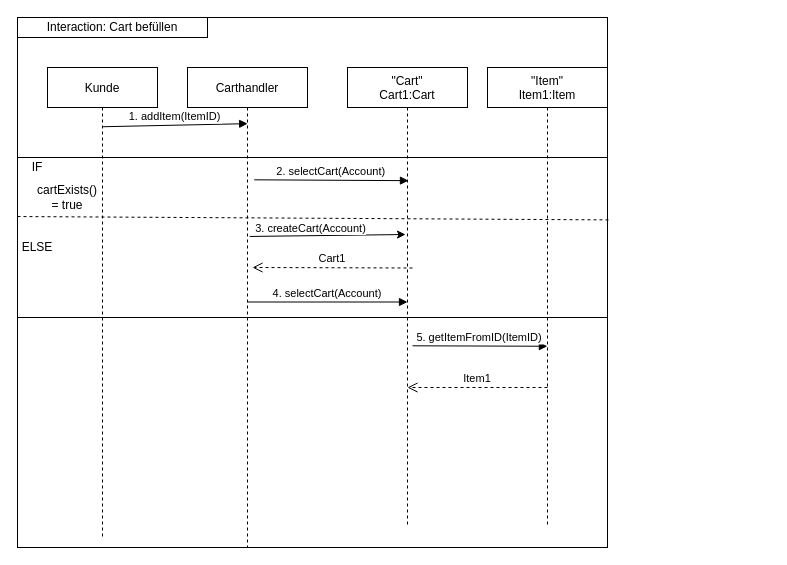
This is ProgramPlanning/Sequenz_Bestellung.drawio from dlanaras/DeeGeeTec, a draw.io file, before an edit. Source tidied: cells renumbered, new cells numbered last; positions are measured from the earlier drawing's top-left corner, leaving out a move shared by most shapes. Both pictures are drawn from the tidied source at 100%, with x=0, y=0 at pixel (17, 17).
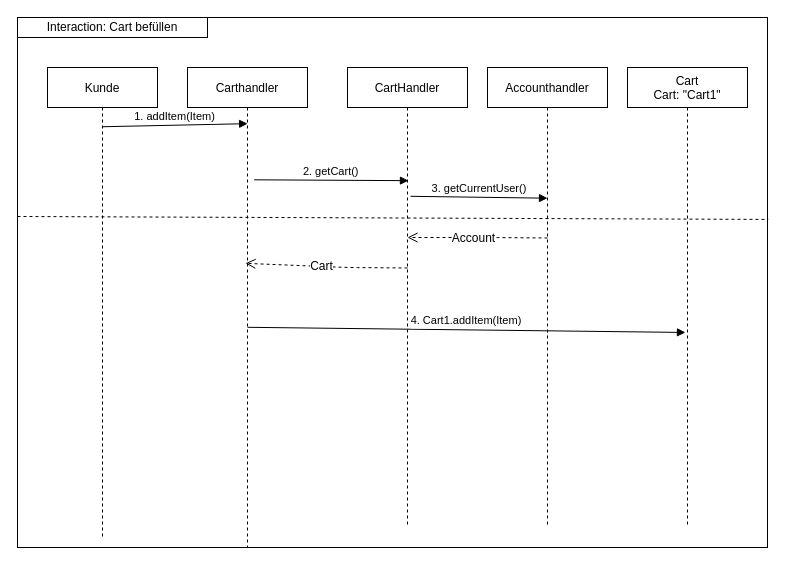
After the change.

Commit message:
Carthandler sequence diagramm

Unchanged cells that the change refers to:
```xml
<mxCell id="6" value="Carthandler" style="shape=umlLifeline;perimeter=lifelinePerimeter;rounded=0;shadow=0;strokeWidth=1;" parent="1" vertex="1">
  <mxGeometry x="170" y="50" width="120" height="480" as="geometry" />
</mxCell>
<mxCell id="7" value="Kunde" style="shape=umlLifeline;perimeter=lifelinePerimeter;rounded=0;shadow=0;strokeWidth=1;" parent="1" vertex="1">
  <mxGeometry x="30" y="50" width="110" height="470" as="geometry" />
</mxCell>
```

Diff of the diagram source:
```diff
@@
     <mxCell id="2" style="rounded=0;whiteSpace=wrap;html=1;" parent="1" vertex="1">
-      <mxGeometry width="590" height="530" as="geometry" />
+      <mxGeometry width="750" height="530" as="geometry" />
     </mxCell>
-    <mxCell id="3" style="rounded=0;whiteSpace=wrap;html=1;" parent="1" vertex="1">
-      <mxGeometry y="140" width="590" height="160" as="geometry" />
-    </mxCell>
@@
-    <mxCell id="5" value="&quot;Cart&quot;&#10;Cart1:Cart" style="shape=umlLifeline;perimeter=lifelinePerimeter;rounded=0;shadow=0;strokeWidth=1;" parent="1" vertex="1">
+    <mxCell id="5" value="CartHandler" style="shape=umlLifeline;perimeter=lifelinePerimeter;rounded=0;shadow=0;strokeWidth=1;" parent="1" vertex="1">
       <mxGeometry x="330" y="50" width="120" height="460" as="geometry" />
     </mxCell>
@@
-    <mxCell id="8" value="&quot;Item&quot;&#10;Item1:Item" style="shape=umlLifeline;perimeter=lifelinePerimeter;rounded=0;shadow=0;strokeWidth=1;" parent="1" vertex="1">
+    <mxCell id="8" value="Accounthandler" style="shape=umlLifeline;perimeter=lifelinePerimeter;rounded=0;shadow=0;strokeWidth=1;" parent="1" vertex="1">
       <mxGeometry x="470" y="50" width="120" height="460" as="geometry" />
     </mxCell>
-    <mxCell id="9" value="1. addItem(ItemID)" style="verticalAlign=bottom;endArrow=block;shadow=0;strokeWidth=1;exitX=0.505;exitY=0.126;exitDx=0;exitDy=0;exitPerimeter=0;entryX=0.501;entryY=0.117;entryDx=0;entryDy=0;entryPerimeter=0;" parent="1" edge="1" source="7" target="6">
+    <mxCell id="9" value="1. addItem(Item)" style="verticalAlign=bottom;endArrow=block;shadow=0;strokeWidth=1;exitX=0.505;exitY=0.126;exitDx=0;exitDy=0;exitPerimeter=0;entryX=0.501;entryY=0.117;entryDx=0;entryDy=0;entryPerimeter=0;" parent="1" edge="1" source="7" target="6">
       <mxGeometry relative="1" as="geometry" />
     </mxCell>
-    <mxCell id="10" style="endArrow=none;dashed=1;html=1;exitX=0;exitY=0.369;exitDx=0;exitDy=0;entryX=1.003;entryY=0.39;entryDx=0;entryDy=0;entryPerimeter=0;exitPerimeter=0;" parent="1" edge="1" source="3" target="3">
-      <mxGeometry relative="1" as="geometry" />
+    <mxCell id="10" style="endArrow=none;dashed=1;html=1;exitX=0;exitY=0.369;exitDx=0;exitDy=0;entryX=1.001;entryY=0.381;entryDx=0;entryDy=0;entryPerimeter=0;exitPerimeter=0;" parent="1" edge="1" target="2">
+      <mxGeometry relative="1" as="geometry">
+        <mxPoint y="199" as="sourcePoint" />
+      </mxGeometry>
     </mxCell>
-    <mxCell id="11" value="IF" style="text;html=1;strokeColor=none;fillColor=none;align=center;verticalAlign=middle;whiteSpace=wrap;rounded=0;" parent="1" vertex="1">
-      <mxGeometry y="140" width="40" height="20" as="geometry" />
-    </mxCell>
-    <mxCell id="12" value="cartExists() = true" style="text;html=1;strokeColor=none;fillColor=none;align=center;verticalAlign=middle;whiteSpace=wrap;rounded=0;" parent="1" vertex="1">
-      <mxGeometry x="30" y="170" width="40" height="20" as="geometry" />
-    </mxCell>
-    <mxCell id="13" value="ELSE" style="text;html=1;strokeColor=none;fillColor=none;align=center;verticalAlign=middle;whiteSpace=wrap;rounded=0;" parent="1" vertex="1">
-      <mxGeometry y="220" width="40" height="20" as="geometry" />
-    </mxCell>
-    <mxCell id="14" value="2. selectCart(Account)" style="verticalAlign=bottom;endArrow=block;entryX=0.508;entryY=0.246;shadow=0;strokeWidth=1;exitX=0.556;exitY=0.234;exitDx=0;exitDy=0;exitPerimeter=0;entryDx=0;entryDy=0;entryPerimeter=0;" parent="1" edge="1" source="6" target="5">
+    <mxCell id="14" value="2. getCart()" style="verticalAlign=bottom;endArrow=block;entryX=0.508;entryY=0.246;shadow=0;strokeWidth=1;exitX=0.556;exitY=0.234;exitDx=0;exitDy=0;exitPerimeter=0;entryDx=0;entryDy=0;entryPerimeter=0;" parent="1" edge="1" source="6" target="5">
       <mxGeometry relative="1" as="geometry" />
     </mxCell>
-    <mxCell id="15" style="endArrow=classic;html=1;exitX=0.518;exitY=0.352;exitDx=0;exitDy=0;exitPerimeter=0;" parent="1" edge="1" source="6">
-      <mxGeometry relative="1" as="geometry">
-        <mxPoint x="388" y="217" as="targetPoint" />
-      </mxGeometry>
-    </mxCell>
-    <mxCell id="16" value="3. createCart(Account)" style="edgeLabel;html=1;align=center;verticalAlign=middle;" parent="15" vertex="1">
-      <mxGeometry x="-0.23" y="8" relative="1" as="geometry" />
-    </mxCell>
-    <mxCell id="17" value="4. selectCart(Account)" style="verticalAlign=bottom;endArrow=block;shadow=0;strokeWidth=1;" parent="1" edge="1">
-      <mxGeometry relative="1" as="geometry">
-        <mxPoint x="230" y="284.5" as="sourcePoint" />
-        <mxPoint x="390" y="284.5" as="targetPoint" />
-      </mxGeometry>
-    </mxCell>
-    <mxCell id="18" value="5. getItemFromID(ItemID)" style="verticalAlign=bottom;endArrow=block;entryX=0.499;entryY=0.606;shadow=0;strokeWidth=1;exitX=0.542;exitY=0.605;exitDx=0;exitDy=0;exitPerimeter=0;entryDx=0;entryDy=0;entryPerimeter=0;" parent="1" edge="1" source="5" target="8">
-      <mxGeometry relative="1" as="geometry" />
-    </mxCell>
-    <mxCell id="19" value="Cart1" style="verticalAlign=bottom;endArrow=open;dashed=1;endSize=8;shadow=0;strokeWidth=1;" parent="1" edge="1">
-      <mxGeometry relative="1" as="geometry">
-        <mxPoint x="395" y="250.5" as="sourcePoint" />
-        <mxPoint x="235" y="250" as="targetPoint" />
-      </mxGeometry>
-    </mxCell>
-    <mxCell id="20" value="Item1" style="verticalAlign=bottom;endArrow=open;dashed=1;endSize=8;shadow=0;strokeWidth=1;" parent="1" edge="1">
-      <mxGeometry relative="1" as="geometry">
-        <mxPoint x="530" y="370" as="sourcePoint" />
-        <mxPoint x="390" y="370" as="targetPoint" />
-      </mxGeometry>
-    </mxCell>
+    <mxCell id="21" value="3. getCurrentUser()" style="verticalAlign=bottom;endArrow=block;entryX=0.508;entryY=0.246;shadow=0;strokeWidth=1;exitX=0.525;exitY=0.28;exitDx=0;exitDy=0;exitPerimeter=0;entryDx=0;entryDy=0;entryPerimeter=0;" parent="1" edge="1" source="5">
+      <mxGeometry relative="1" as="geometry">
+        <mxPoint x="530" y="180.7" as="targetPoint" />
+      </mxGeometry>
+    </mxCell>
+    <mxCell id="22" style="verticalAlign=bottom;endArrow=open;dashed=1;endSize=8;shadow=0;strokeWidth=1;" parent="1" edge="1">
+      <mxGeometry y="-10" relative="1" as="geometry">
+        <mxPoint x="530" y="220.5" as="sourcePoint" />
+        <mxPoint x="390" y="220" as="targetPoint" />
+        <Array as="points">
+          <mxPoint x="470" y="220" />
+        </Array>
+      </mxGeometry>
+    </mxCell>
+    <mxCell id="23" value="Account" style="text;html=1;align=center;verticalAlign=middle;labelBackgroundColor=#ffffff;" parent="22" vertex="1">
+      <mxGeometry x="0.07" relative="1" as="geometry" />
+    </mxCell>
+    <mxCell id="24" value="Cart&#10;Cart: &quot;Cart1&quot;" style="shape=umlLifeline;perimeter=lifelinePerimeter;rounded=0;shadow=0;strokeWidth=1;" parent="1" vertex="1">
+      <mxGeometry x="610" y="50" width="120" height="460" as="geometry" />
+    </mxCell>
+    <mxCell id="25" style="verticalAlign=bottom;endArrow=open;dashed=1;endSize=8;shadow=0;strokeWidth=1;entryX=0.483;entryY=0.408;entryDx=0;entryDy=0;entryPerimeter=0;" parent="1" edge="1" target="6">
+      <mxGeometry y="-10" relative="1" as="geometry">
+        <mxPoint x="390" y="250.5" as="sourcePoint" />
+        <Array as="points">
+          <mxPoint x="330" y="250" />
+        </Array>
+      </mxGeometry>
+    </mxCell>
+    <mxCell id="26" value="Cart" style="text;html=1;align=center;verticalAlign=middle;labelBackgroundColor=#ffffff;" parent="25" vertex="1">
+      <mxGeometry x="0.07" relative="1" as="geometry" />
+    </mxCell>
+    <mxCell id="27" value="4. Cart1.addItem(Item)" style="verticalAlign=bottom;endArrow=block;entryX=0.483;entryY=0.576;shadow=0;strokeWidth=1;exitX=0.525;exitY=0.28;exitDx=0;exitDy=0;exitPerimeter=0;entryDx=0;entryDy=0;entryPerimeter=0;" parent="1" edge="1" target="24">
+      <mxGeometry relative="1" as="geometry">
+        <mxPoint x="230" y="309.8" as="sourcePoint" />
+      </mxGeometry>
+    </mxCell>
```
